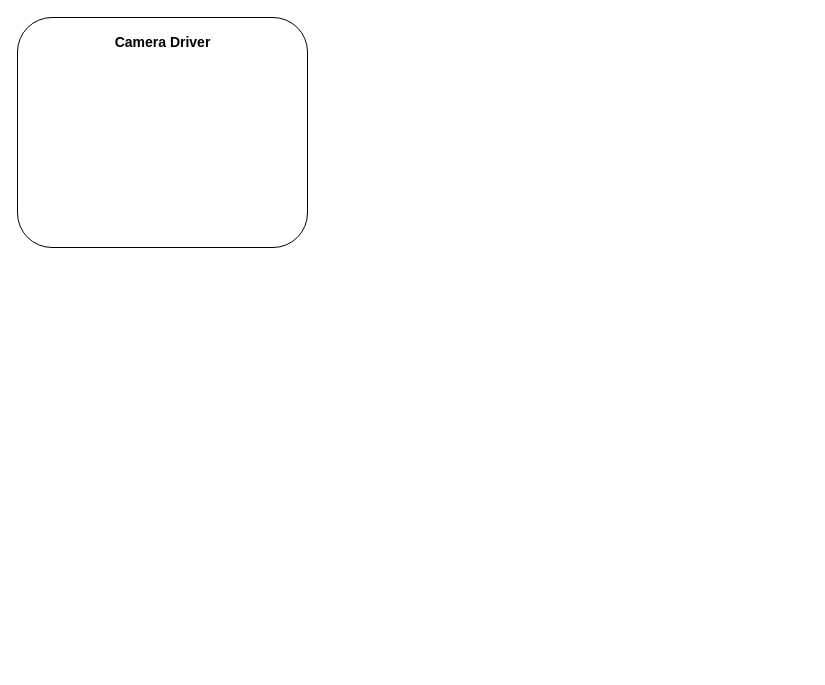
Before: diagrams/computation_graph_darknet3d/Untitled Diagram.drawio in fgonzalezr1998/tfg_src, a draw.io diagram. Source tidied: cells renumbered, new cells numbered last; positions are measured from the earlier drawing's top-left corner, leaving out a move shared by most shapes. Both pictures are drawn from the tidied source at 100%, with x=0, y=0 at pixel (17, 17).
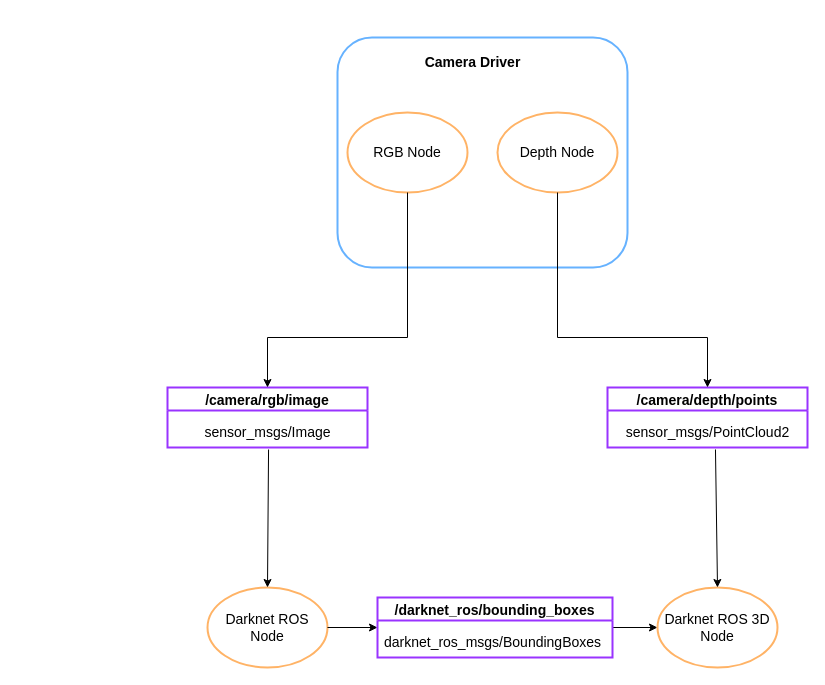
The same page after the edit.

What changed in the source:
```diff
@@
+    <mxCell id="4" value="/camera/rgb/image" style="swimlane;strokeColor=#9933FF;strokeWidth=2;fontSize=14;" parent="1" vertex="1">
+      <mxGeometry x="150" y="370" width="200" height="60" as="geometry" />
+    </mxCell>
+    <mxCell id="5" value="sensor_msgs/Image" style="text;html=1;align=center;verticalAlign=middle;points=[];strokeColor=none;fillColor=none;fontSize=14;" parent="4" vertex="1">
+      <mxGeometry x="25" y="30" width="150" height="30" as="geometry" />
+    </mxCell>
+    <mxCell id="6" style="group;" parent="1" vertex="1">
+      <mxGeometry x="310" y="20" width="290" height="230" as="geometry" />
+    </mxCell>
-    <mxCell id="2" style="rounded=1;whiteSpace=wrap;html=1;" parent="1" vertex="1">
-      <mxGeometry width="290" height="230" as="geometry" />
+    <mxCell id="2" style="rounded=1;whiteSpace=wrap;html=1;strokeColor=#66B2FF;strokeWidth=2;" parent="6" vertex="1">
+      <mxGeometry x="10" width="290" height="230" as="geometry" />
     </mxCell>
-    <mxCell id="3" value="&lt;font style=&quot;font-size: 14px;&quot;&gt;&lt;b&gt;Camera Driver&lt;/b&gt;&lt;/font&gt;" style="text;html=1;strokeColor=none;fillColor=none;align=center;verticalAlign=middle;whiteSpace=wrap;rounded=0;" parent="1" vertex="1">
+    <mxCell id="3" value="&lt;font style=&quot;font-size: 14px;&quot;&gt;&lt;b&gt;Camera Driver&lt;/b&gt;&lt;/font&gt;" style="text;html=1;strokeColor=none;fillColor=none;align=center;verticalAlign=middle;whiteSpace=wrap;rounded=0;" parent="6" vertex="1">
       <mxGeometry x="82.5" y="10" width="125" height="30" as="geometry" />
     </mxCell>
+    <mxCell id="7" value="&lt;div&gt;RGB Node&lt;br&gt;&lt;/div&gt;" style="ellipse;whiteSpace=wrap;html=1;fontSize=14;strokeColor=#FFB366;strokeWidth=2;" parent="6" vertex="1">
+      <mxGeometry x="20" y="75" width="120" height="80" as="geometry" />
+    </mxCell>
+    <mxCell id="8" value="&lt;div&gt;Depth Node&lt;br&gt;&lt;/div&gt;" style="ellipse;whiteSpace=wrap;html=1;fontSize=14;strokeColor=#FFB366;strokeWidth=2;" parent="6" vertex="1">
+      <mxGeometry x="170" y="75" width="120" height="80" as="geometry" />
+    </mxCell>
+    <mxCell id="9" value="Darknet ROS Node" style="ellipse;whiteSpace=wrap;html=1;fontSize=14;strokeColor=#FFB366;strokeWidth=2;" parent="1" vertex="1">
+      <mxGeometry x="190" y="570" width="120" height="80" as="geometry" />
+    </mxCell>
+    <mxCell id="10" value="/camera/depth/points" style="swimlane;strokeColor=#9933FF;strokeWidth=2;fontSize=14;" parent="1" vertex="1">
+      <mxGeometry x="590" y="370" width="200" height="60" as="geometry" />
+    </mxCell>
+    <mxCell id="11" value="&lt;div&gt;sensor_msgs/PointCloud2&lt;/div&gt;" style="text;html=1;align=center;verticalAlign=middle;points=[];strokeColor=none;fillColor=none;fontSize=14;" parent="10" vertex="1">
+      <mxGeometry x="5" y="30" width="190" height="30" as="geometry" />
+    </mxCell>
+    <mxCell id="12" style="edgeStyle=orthogonalEdgeStyle;rounded=0;jettySize=auto;html=1;exitX=0.5;exitY=1;exitDx=0;exitDy=0;entryX=0.5;entryY=0;entryDx=0;entryDy=0;fontSize=14;" parent="1" edge="1" source="8" target="10">
+      <mxGeometry relative="1" as="geometry">
+        <Array as="points">
+          <mxPoint x="540" y="320" />
+          <mxPoint x="690" y="320" />
+          <mxPoint x="690" y="370" />
+        </Array>
+      </mxGeometry>
+    </mxCell>
+    <mxCell id="13" style="edgeStyle=orthogonalEdgeStyle;rounded=0;jettySize=auto;html=1;exitX=0.5;exitY=1;exitDx=0;exitDy=0;fontSize=14;entryX=0.5;entryY=0;entryDx=0;entryDy=0;" parent="1" edge="1" source="7" target="4">
+      <mxGeometry relative="1" as="geometry">
+        <Array as="points">
+          <mxPoint x="390" y="320" />
+          <mxPoint x="250" y="320" />
+        </Array>
+      </mxGeometry>
+    </mxCell>
+    <mxCell id="14" style="endArrow=classic;html=1;rounded=0;fontSize=14;exitX=1;exitY=0.5;exitDx=0;exitDy=0;" parent="1" edge="1" source="9">
+      <mxGeometry relative="1" as="geometry">
+        <mxPoint x="360" y="610" as="targetPoint" />
+      </mxGeometry>
+    </mxCell>
+    <mxCell id="15" style="endArrow=classic;html=1;rounded=0;fontSize=14;exitX=0.507;exitY=1.067;exitDx=0;exitDy=0;exitPerimeter=0;entryX=0.5;entryY=0;entryDx=0;entryDy=0;" parent="1" edge="1" source="5" target="9">
+      <mxGeometry relative="1" as="geometry" />
+    </mxCell>
+    <mxCell id="16" style="edgeStyle=orthogonalEdgeStyle;rounded=0;jettySize=auto;html=1;exitX=1;exitY=0.5;exitDx=0;exitDy=0;fontSize=14;" parent="1" edge="1" source="17">
+      <mxGeometry relative="1" as="geometry">
+        <mxPoint x="640" y="610" as="targetPoint" />
+      </mxGeometry>
+    </mxCell>
+    <mxCell id="17" value="/darknet_ros/bounding_boxes" style="swimlane;strokeColor=#9933FF;strokeWidth=2;fontSize=14;" parent="1" vertex="1">
+      <mxGeometry x="360" y="580" width="235" height="60" as="geometry" />
+    </mxCell>
+    <mxCell id="18" value="darknet_ros_msgs/BoundingBoxes" style="text;html=1;align=center;verticalAlign=middle;strokeColor=none;fillColor=none;fontSize=14;" parent="17" vertex="1">
+      <mxGeometry x="-5" y="30" width="240" height="30" as="geometry" />
+    </mxCell>
+    <mxCell id="19" value="Darknet ROS 3D Node" style="ellipse;whiteSpace=wrap;html=1;fontSize=14;strokeColor=#FFB366;strokeWidth=2;" parent="1" vertex="1">
+      <mxGeometry x="640" y="570" width="120" height="80" as="geometry" />
+    </mxCell>
+    <mxCell id="20" style="endArrow=classic;html=1;rounded=0;fontSize=14;entryX=0.5;entryY=0;entryDx=0;entryDy=0;exitX=0.542;exitY=1.067;exitDx=0;exitDy=0;exitPerimeter=0;" parent="1" edge="1" source="11" target="19">
+      <mxGeometry relative="1" as="geometry" />
+    </mxCell>
```
